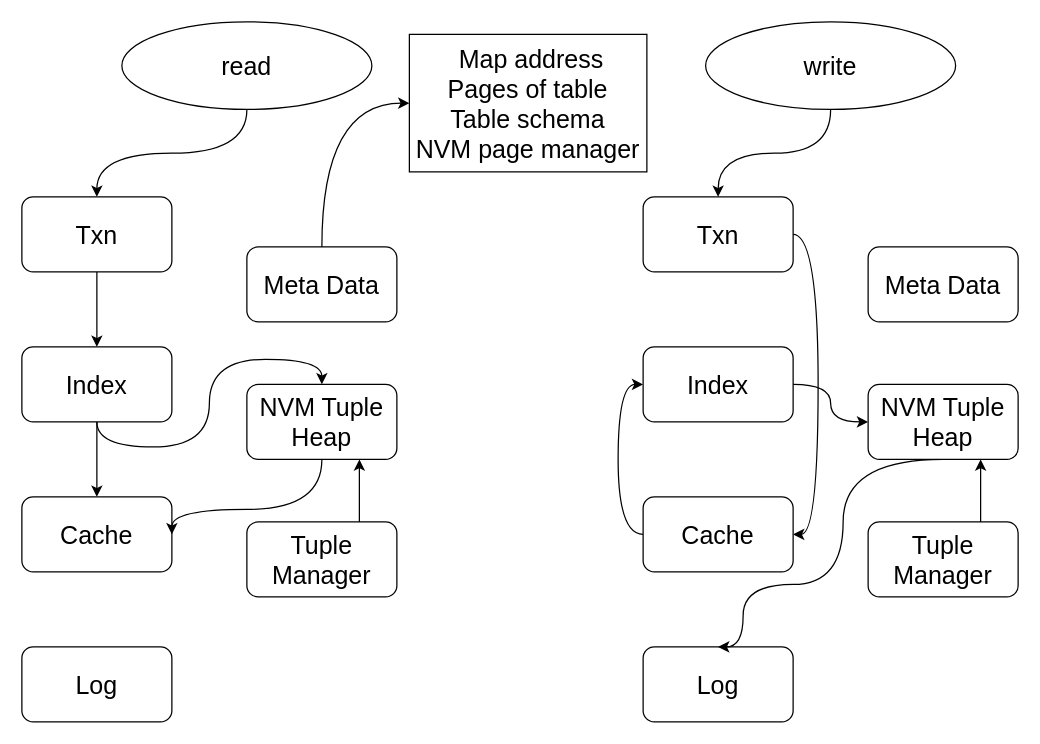
The draw.io diagram NVM.drawio in rehoboan/Draw-Files, before the edit. Source tidied: cells renumbered, new cells numbered last; positions are measured from the earlier drawing's top-left corner, leaving out a move shared by most shapes. Both pictures are drawn from the tidied source at 125%, with x=0, y=0 at pixel (21, 21).
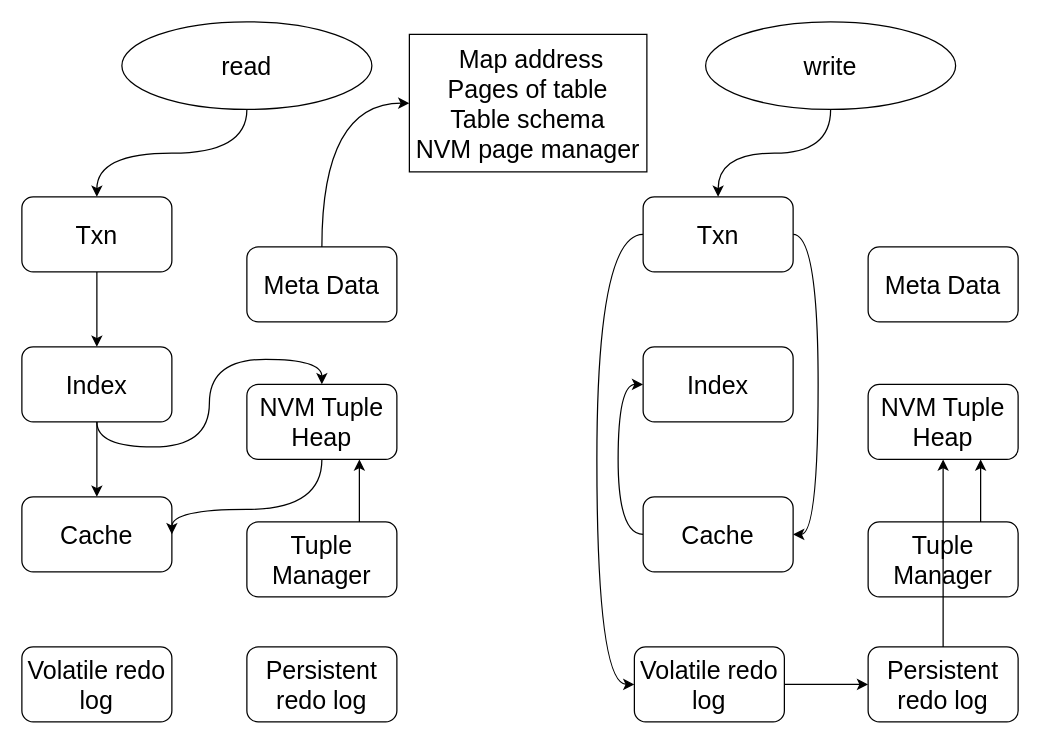
After the change.

The change refers to these unchanged cells:
```xml
<mxCell id="20" value="Txn" style="rounded=1;whiteSpace=wrap;html=1;fontSize=20;" parent="1" vertex="1">
  <mxGeometry x="497" y="140" width="120" height="60" as="geometry" />
</mxCell>
<mxCell id="22" value="Index" style="rounded=1;whiteSpace=wrap;html=1;fontSize=20;" parent="1" vertex="1">
  <mxGeometry x="497" y="260" width="120" height="60" as="geometry" />
</mxCell>
<mxCell id="28" value="NVM Tuple Heap" style="rounded=1;whiteSpace=wrap;html=1;fontSize=20;" parent="1" vertex="1">
  <mxGeometry x="677" y="290" width="120" height="60" as="geometry" />
</mxCell>
```

Diff of the diagram source:
```diff
@@
-    <mxCell id="10" value="Log" style="rounded=1;whiteSpace=wrap;html=1;fontSize=20;" parent="1" vertex="1">
+    <mxCell id="10" value="Volatile redo log" style="rounded=1;whiteSpace=wrap;html=1;fontSize=20;" parent="1" vertex="1">
       <mxGeometry y="500" width="120" height="60" as="geometry" />
     </mxCell>
@@
+    <mxCell id="32" style="edgeStyle=orthogonalEdgeStyle;curved=1;rounded=0;jettySize=auto;html=1;exitX=0;exitY=0.5;exitDx=0;exitDy=0;entryX=0;entryY=0.5;entryDx=0;entryDy=0;" parent="1" edge="1" source="20" target="35">
+      <mxGeometry relative="1" as="geometry">
+        <Array as="points">
+          <mxPoint x="460" y="170" />
+          <mxPoint x="460" y="530" />
+        </Array>
+      </mxGeometry>
+    </mxCell>
@@
-    <mxCell id="21" style="edgeStyle=orthogonalEdgeStyle;curved=1;rounded=0;jettySize=auto;html=1;exitX=1;exitY=0.5;exitDx=0;exitDy=0;fontSize=20;" parent="1" edge="1" source="22" target="28">
-      <mxGeometry relative="1" as="geometry" />
-    </mxCell>
@@
-    <mxCell id="25" value="Log" style="rounded=1;whiteSpace=wrap;html=1;fontSize=20;" parent="1" vertex="1">
-      <mxGeometry x="497" y="500" width="120" height="60" as="geometry" />
-    </mxCell>
@@
-    <mxCell id="27" style="edgeStyle=orthogonalEdgeStyle;curved=1;rounded=0;jettySize=auto;html=1;exitX=0.5;exitY=1;exitDx=0;exitDy=0;entryX=0.5;entryY=0;entryDx=0;entryDy=0;fontSize=20;" parent="1" edge="1" source="28" target="25">
-      <mxGeometry relative="1" as="geometry">
-        <Array as="points">
-          <mxPoint x="657" y="350" />
-          <mxPoint x="657" y="450" />
-          <mxPoint x="577" y="450" />
-          <mxPoint x="577" y="500" />
-        </Array>
-      </mxGeometry>
-    </mxCell>
@@
+    <mxCell id="33" value="Persistent redo log" style="rounded=1;whiteSpace=wrap;html=1;fontSize=20;" parent="1" vertex="1">
+      <mxGeometry x="180" y="500" width="120" height="60" as="geometry" />
+    </mxCell>
+    <mxCell id="34" style="edgeStyle=orthogonalEdgeStyle;curved=1;rounded=0;jettySize=auto;html=1;exitX=1;exitY=0.5;exitDx=0;exitDy=0;entryX=0;entryY=0.5;entryDx=0;entryDy=0;" parent="1" edge="1" source="35" target="37">
+      <mxGeometry relative="1" as="geometry" />
+    </mxCell>
+    <mxCell id="35" value="Volatile redo log" style="rounded=1;whiteSpace=wrap;html=1;fontSize=20;" parent="1" vertex="1">
+      <mxGeometry x="490" y="500" width="120" height="60" as="geometry" />
+    </mxCell>
+    <mxCell id="36" style="edgeStyle=orthogonalEdgeStyle;curved=1;rounded=0;jettySize=auto;html=1;exitX=0.5;exitY=0;exitDx=0;exitDy=0;entryX=0.5;entryY=1;entryDx=0;entryDy=0;" parent="1" edge="1" source="37" target="28">
+      <mxGeometry relative="1" as="geometry" />
+    </mxCell>
+    <mxCell id="37" value="Persistent redo log" style="rounded=1;whiteSpace=wrap;html=1;fontSize=20;" parent="1" vertex="1">
+      <mxGeometry x="677" y="500" width="120" height="60" as="geometry" />
+    </mxCell>
```
